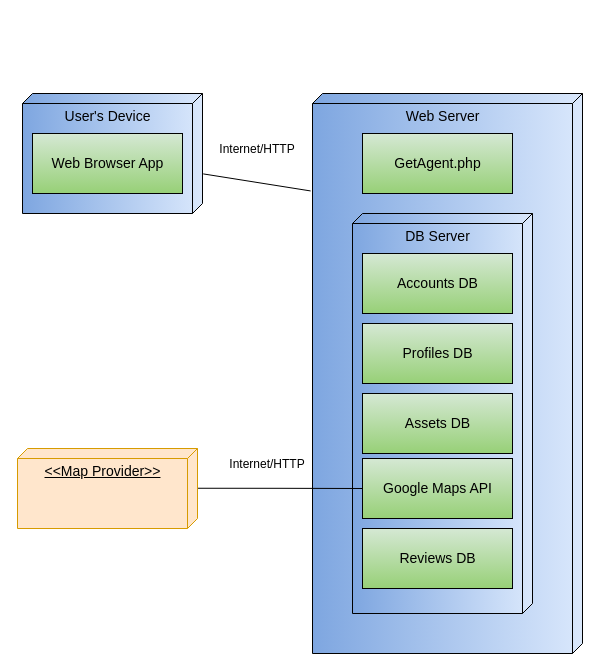
This is GetAgent Docs/SAD/ארכיטקטורה פיזית - טופולוגית הפתרון.drawio from ronsha001/GetAgent-FinalProject, a draw.io file, before an edit. Source tidied: cells renumbered, new cells numbered last; positions are measured from the earlier drawing's top-left corner, leaving out a move shared by most shapes. Both pictures are drawn from the tidied source at 100%, with x=0, y=0 at pixel (17, 93).
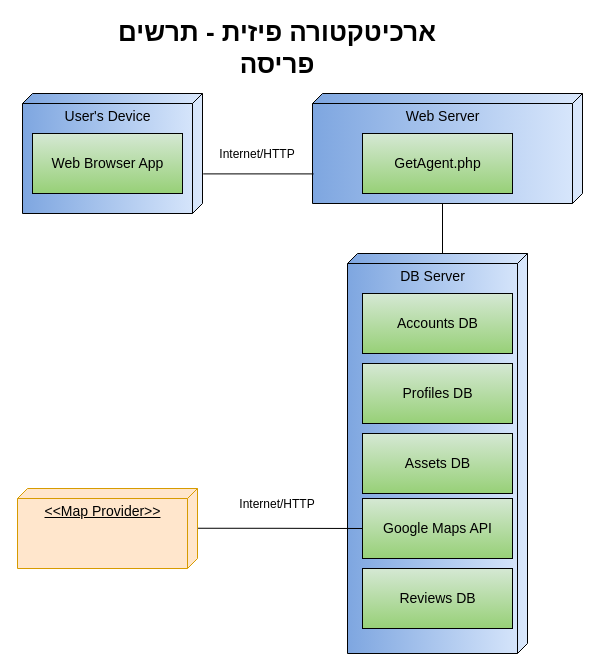
The same diagram, later.

The change refers to these unchanged cells:
```xml
<mxCell id="2" value="User's Device" style="verticalAlign=top;align=center;spacingTop=8;spacingLeft=2;spacingRight=12;shape=cube;size=10;direction=south;fontStyle=0;html=1;fontSize=14;fillColor=#dae8fc;gradientColor=#7ea6e0;strokeColor=#000000;" parent="1" vertex="1">
  <mxGeometry x="5" width="180" height="120" as="geometry" />
</mxCell>
```

Diff of the diagram source:
```diff
@@
     <mxCell id="3" value="Web Server" style="verticalAlign=top;align=center;spacingTop=8;spacingLeft=2;spacingRight=12;shape=cube;size=10;direction=south;fontStyle=0;html=1;fontSize=14;fillColor=#dae8fc;gradientColor=#7ea6e0;strokeColor=#000000;" parent="1" vertex="1">
-      <mxGeometry x="295" width="270" height="560" as="geometry" />
+      <mxGeometry x="295" width="270" height="110" as="geometry" />
     </mxCell>
     <mxCell id="4" value="DB Server" style="verticalAlign=top;align=center;spacingTop=8;spacingLeft=2;spacingRight=12;shape=cube;size=10;direction=south;fontStyle=0;html=1;fontSize=14;fillColor=#dae8fc;gradientColor=#7ea6e0;strokeColor=#000000;" parent="1" vertex="1">
-      <mxGeometry x="335" y="120" width="180" height="400" as="geometry" />
+      <mxGeometry x="330" y="160" width="180" height="400" as="geometry" />
     </mxCell>
     <mxCell id="5" value="Accounts DB" style="html=1;align=center;fontSize=14;fillColor=#d5e8d4;strokeColor=#000000;gradientColor=#97d077;" parent="1" vertex="1">
-      <mxGeometry x="345" y="160" width="150" height="60" as="geometry" />
+      <mxGeometry x="345" y="200" width="150" height="60" as="geometry" />
     </mxCell>
     <mxCell id="6" value="Profiles DB" style="html=1;align=center;fontSize=14;fillColor=#d5e8d4;strokeColor=#000000;gradientColor=#97d077;" parent="1" vertex="1">
-      <mxGeometry x="345" y="230" width="150" height="60" as="geometry" />
+      <mxGeometry x="345" y="270" width="150" height="60" as="geometry" />
     </mxCell>
     <mxCell id="7" value="Assets DB" style="html=1;align=center;fontSize=14;fillColor=#d5e8d4;strokeColor=#000000;gradientColor=#97d077;" parent="1" vertex="1">
-      <mxGeometry x="345" y="300" width="150" height="60" as="geometry" />
+      <mxGeometry x="345" y="340" width="150" height="60" as="geometry" />
     </mxCell>
@@
     <mxCell id="10" value="&lt;font style=&quot;font-size: 12px&quot;&gt;Internet/HTTP&lt;/font&gt;" style="text;html=1;strokeColor=none;fillColor=none;align=center;verticalAlign=middle;whiteSpace=wrap;rounded=0;fontSize=14;" parent="1" vertex="1">
-      <mxGeometry x="195" y="40" width="90" height="30" as="geometry" />
+      <mxGeometry x="195" y="45" width="90" height="30" as="geometry" />
     </mxCell>
     <mxCell id="11" value="Google Maps API" style="html=1;align=center;fontSize=14;fillColor=#d5e8d4;strokeColor=#000000;gradientColor=#97d077;" parent="1" vertex="1">
-      <mxGeometry x="345" y="365" width="150" height="60" as="geometry" />
+      <mxGeometry x="345" y="405" width="150" height="60" as="geometry" />
     </mxCell>
     <mxCell id="12" value="&amp;lt;&amp;lt;Map Provider&amp;gt;&amp;gt;" style="verticalAlign=top;align=center;spacingTop=8;spacingLeft=2;spacingRight=12;shape=cube;size=10;direction=south;fontStyle=4;html=1;fontSize=14;fillColor=#ffe6cc;strokeColor=#d79b00;" parent="1" vertex="1">
-      <mxGeometry y="355" width="180" height="80" as="geometry" />
+      <mxGeometry y="395" width="180" height="80" as="geometry" />
     </mxCell>
@@
-    <mxCell id="16" style="endArrow=none;html=1;rounded=0;fontSize=12;exitX=0.67;exitY=-0.004;exitDx=0;exitDy=0;exitPerimeter=0;entryX=0.174;entryY=1.007;entryDx=0;entryDy=0;entryPerimeter=0;" parent="1" edge="1" source="2" target="3">
+    <mxCell id="16" style="endArrow=none;html=1;rounded=0;fontSize=12;exitX=0.67;exitY=-0.004;exitDx=0;exitDy=0;exitPerimeter=0;entryX=0.731;entryY=0.996;entryDx=0;entryDy=0;entryPerimeter=0;" parent="1" edge="1" source="2" target="3">
       <mxGeometry relative="1" as="geometry" />
     </mxCell>
@@
     <mxCell id="19" value="&lt;font style=&quot;font-size: 12px&quot;&gt;Internet/HTTP&lt;/font&gt;" style="text;html=1;strokeColor=none;fillColor=none;align=center;verticalAlign=middle;whiteSpace=wrap;rounded=0;fontSize=14;" parent="1" vertex="1">
-      <mxGeometry x="205" y="355" width="90" height="30" as="geometry" />
+      <mxGeometry x="215" y="395" width="90" height="30" as="geometry" />
     </mxCell>
     <mxCell id="20" value="Reviews DB" style="html=1;align=center;fontSize=14;fillColor=#d5e8d4;strokeColor=#000000;gradientColor=#97d077;" parent="1" vertex="1">
-      <mxGeometry x="345" y="435" width="150" height="60" as="geometry" />
+      <mxGeometry x="345" y="475" width="150" height="60" as="geometry" />
     </mxCell>
+    <mxCell id="21" style="endArrow=none;html=1;rounded=0;fontSize=12;exitX=0;exitY=0;exitDx=0;exitDy=85;exitPerimeter=0;entryX=0;entryY=0;entryDx=110;entryDy=140;entryPerimeter=0;" parent="1" edge="1" source="4" target="3">
+      <mxGeometry relative="1" as="geometry" />
+    </mxCell>
+    <mxCell id="22" style="edgeLabel;html=1;align=left;verticalAlign=bottom;fontSize=12;strokeColor=#000000;" parent="21" vertex="1">
+      <mxGeometry x="-1" relative="1" as="geometry" />
+    </mxCell>
+    <mxCell id="23" style="edgeLabel;html=1;align=right;verticalAlign=bottom;fontSize=12;strokeColor=#000000;" parent="21" vertex="1">
+      <mxGeometry x="1" relative="1" as="geometry">
+        <mxPoint y="20" as="offset" />
+      </mxGeometry>
+    </mxCell>
+    <mxCell id="24" value="ארכיטקטורה פיזית - תרשים פריסה" style="text;html=1;strokeColor=none;fillColor=none;align=center;verticalAlign=middle;whiteSpace=wrap;rounded=0;fontSize=26;fontStyle=1;" parent="1" vertex="1">
+      <mxGeometry x="65" y="-60" width="390" height="30" as="geometry" />
+    </mxCell>
```
